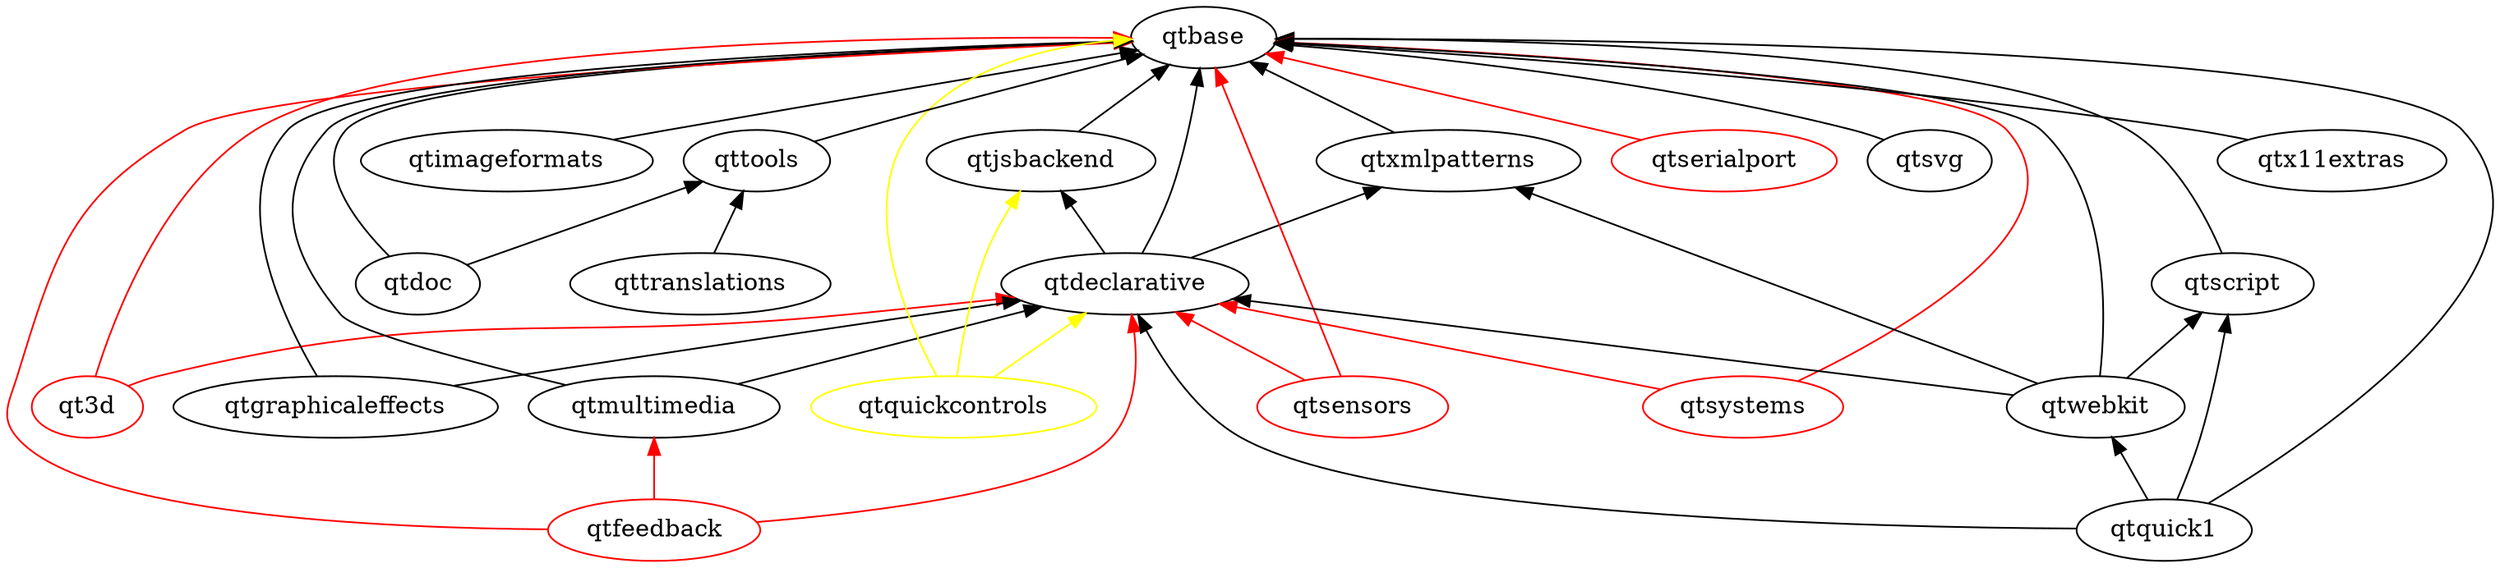
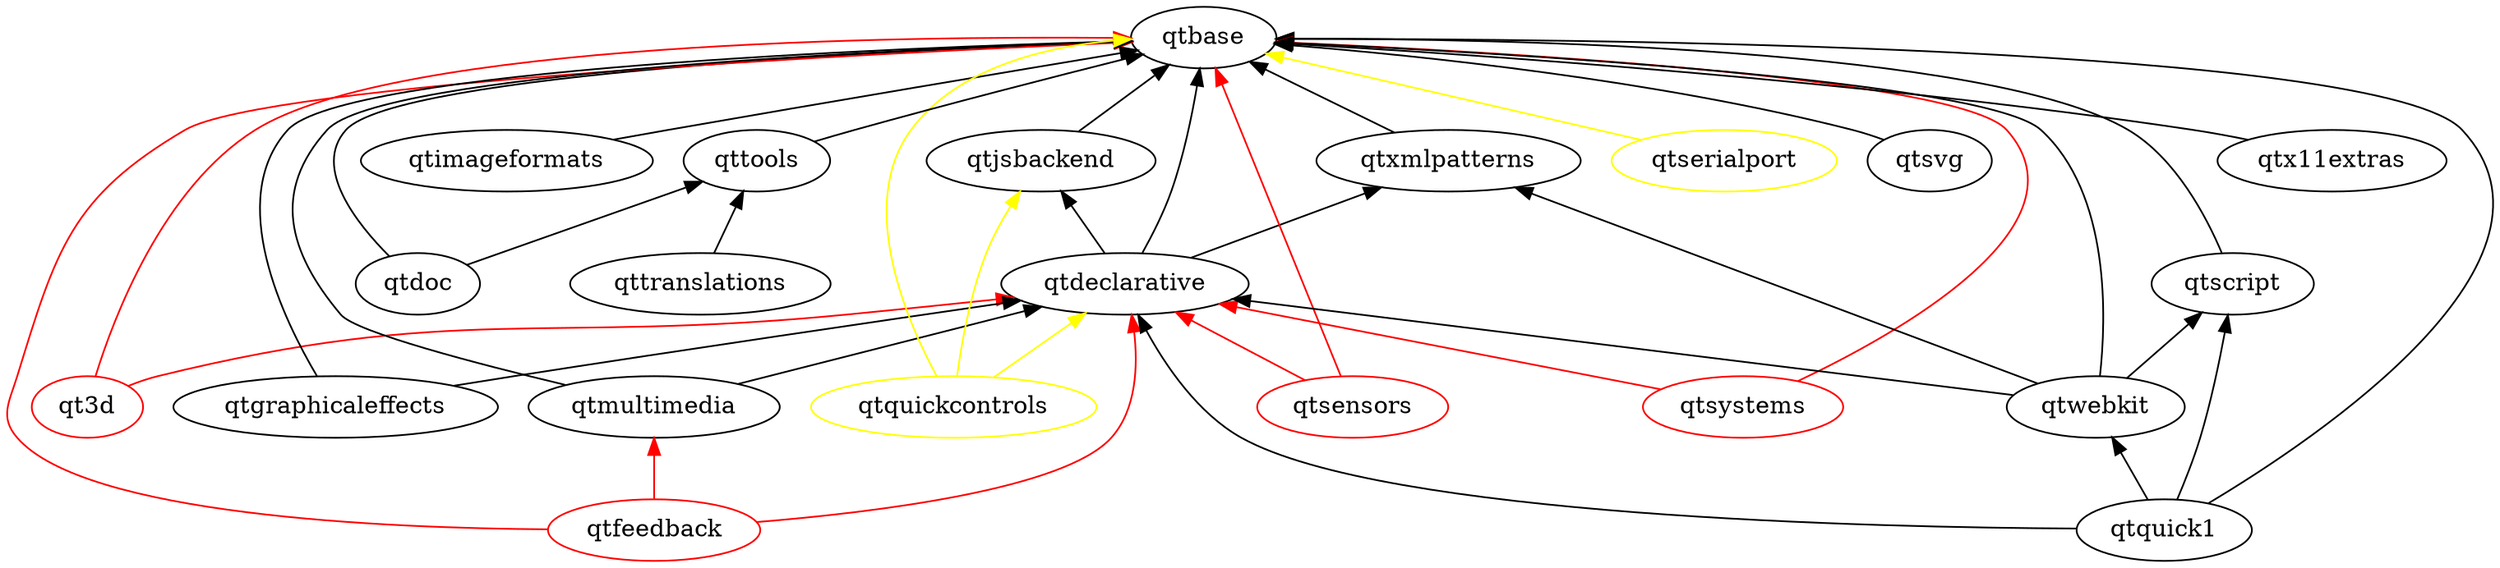
digraph qt5 {
  graph [
    rankdir = "BT"
  ]

  qt3d [ color = red ]
  qtbase
  qtdeclarative
  qtdoc
  qtfeedback [ color = red ]
  qtgraphicaleffects
  qtimageformats
  qtjsbackend
  qtmultimedia
  qtquick1
  qtquickcontrols [ color = yellow ]
  qtscript
  qtsensors [ color = red ]
-   qtserialport [ color = red ]
+   qtserialport [ color = yellow ]
  qtsvg
  qtsystems [ color = red ]
  qttools
  qttranslations
  qtwebkit
  qtx11extras
  qtxmlpatterns

  qtdeclarative -> qtbase
  qtdeclarative -> qtjsbackend
  qtdeclarative -> qtxmlpatterns
  qtdoc -> qtbase
  qtdoc -> qttools
  qtgraphicaleffects -> qtbase
  qtgraphicaleffects -> qtdeclarative
  qtimageformats -> qtbase
  qtjsbackend -> qtbase
  qtmultimedia -> qtbase
  qtmultimedia -> qtdeclarative
  qtquick1 -> qtbase
  qtquick1 -> qtdeclarative
  qtquick1 -> qtscript
  qtquick1 -> qtwebkit
  qtquickcontrols -> qtbase [ color = yellow ]
  qtquickcontrols -> qtdeclarative [ color = yellow ]
  qtquickcontrols -> qtjsbackend [ color = yellow ]
  qtscript -> qtbase
  qtsvg -> qtbase
  qttools -> qtbase
  qttranslations -> qttools
  qtwebkit -> qtbase
  qtwebkit -> qtdeclarative
  qtwebkit -> qtscript
  qtwebkit -> qtxmlpatterns
  qtx11extras -> qtbase
  qtxmlpatterns -> qtbase

  // unsure/not-uploaded
  qt3d -> qtbase [ color = red ]
  qt3d -> qtdeclarative [ color = red ]
  qtfeedback -> qtbase [ color = red ]
  qtfeedback -> qtdeclarative [ color = red ]
  qtfeedback -> qtmultimedia [ color = red ]
  qtsensors -> qtbase [ color = red ]
  qtsensors -> qtdeclarative [ color = red ]
-   qtserialport -> qtbase [ color = red ]
+   qtserialport -> qtbase [ color = yellow ]
  qtsystems -> qtbase [ color = red ]
  qtsystems -> qtdeclarative [ color = red ]
}
